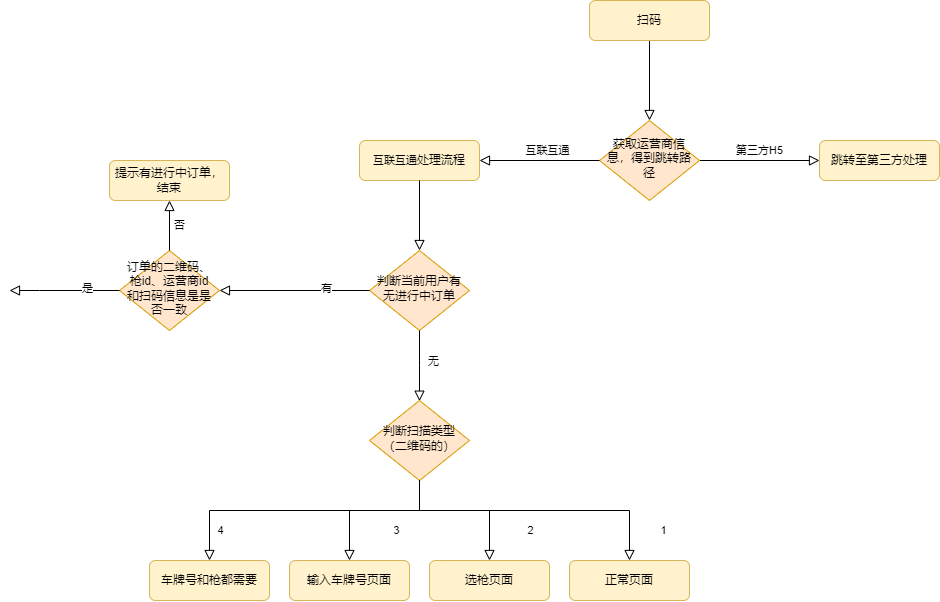
Above: png/扫码充电流程.png in ren9901/tourism-j2ee-wx (draw.io), before the change. Source tidied: cells renumbered, new cells last; positions are measured from the earlier drawing's top-left corner, leaving out a move shared by most shapes.
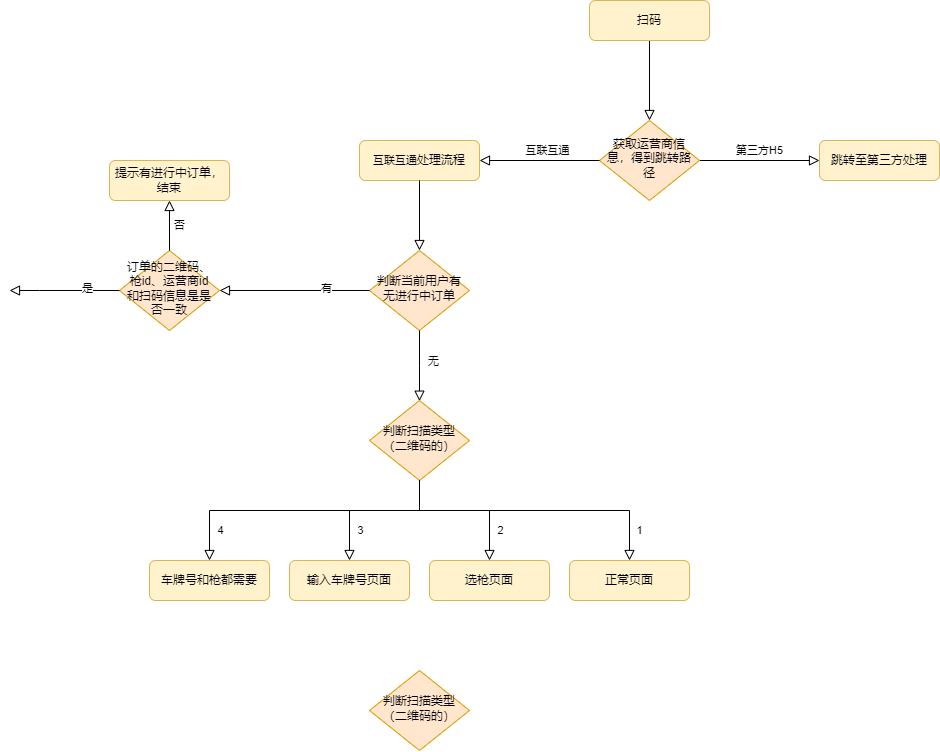
Later version of the same file.

Commit message:
更新扫码充电流程.png

Change to the diagram source:
```diff
@@ -88,7 +88,7 @@
     </mxCell>
     <mxCell id="23" value="1" style="edgeLabel;html=1;align=center;verticalAlign=middle;" parent="22" vertex="1">
       <mxGeometry x="-0.23" y="4" relative="1" as="geometry">
-        <mxPoint x="163" y="24" as="offset" />
+        <mxPoint x="139" y="24" as="offset" />
       </mxGeometry>
     </mxCell>
     <mxCell id="24" style="rounded=0;html=1;jettySize=auto;fontSize=11;endArrow=block;endFill=0;endSize=8;strokeWidth=1;shadow=0;labelBackgroundColor=none;edgeStyle=orthogonalEdgeStyle;exitX=0.5;exitY=1;exitDx=0;exitDy=0;entryX=0.5;entryY=0;entryDx=0;entryDy=0;" parent="1" edge="1" source="21" target="29">
@@ -101,7 +101,7 @@
     </mxCell>
     <mxCell id="25" value="2" style="edgeLabel;html=1;align=center;verticalAlign=middle;" parent="24" vertex="1">
       <mxGeometry x="-0.23" y="4" relative="1" as="geometry">
-        <mxPoint x="83" y="24" as="offset" />
+        <mxPoint x="53" y="24" as="offset" />
       </mxGeometry>
     </mxCell>
     <mxCell id="26" style="rounded=0;html=1;jettySize=auto;fontSize=11;endArrow=block;endFill=0;endSize=8;strokeWidth=1;shadow=0;labelBackgroundColor=none;edgeStyle=orthogonalEdgeStyle;exitX=0.5;exitY=1;exitDx=0;exitDy=0;entryX=0.5;entryY=0;entryDx=0;entryDy=0;" parent="1" edge="1" source="21" target="30">
@@ -114,7 +114,7 @@
     </mxCell>
     <mxCell id="27" value="3" style="edgeLabel;html=1;align=center;verticalAlign=middle;" parent="26" vertex="1">
       <mxGeometry x="-0.23" y="4" relative="1" as="geometry">
-        <mxPoint x="4" y="16" as="offset" />
+        <mxPoint x="-32" y="16" as="offset" />
       </mxGeometry>
     </mxCell>
     <mxCell id="28" value="正常页面" style="rounded=1;whiteSpace=wrap;html=1;fontSize=12;glass=0;strokeWidth=1;shadow=0;fillColor=#fff2cc;strokeColor=#d6b656;" parent="1" vertex="1">
@@ -142,5 +142,8 @@
         <mxPoint x="-119" y="16" as="offset" />
       </mxGeometry>
     </mxCell>
+    <mxCell id="34" value="判断扫描类型（二维码的）" style="rhombus;whiteSpace=wrap;html=1;shadow=0;fontFamily=Helvetica;fontSize=12;align=center;strokeWidth=1;spacing=6;spacingTop=-4;fillColor=#ffe6cc;strokeColor=#d79b00;" parent="1" vertex="1">
+      <mxGeometry x="360" y="670" width="100" height="80" as="geometry" />
+    </mxCell>
   </root>
 </mxGraphModel>
```
